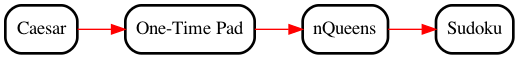
Above: misc/CryptolDemos.gv.png in weaversa/cryptol-course (Graphviz), before the change. Its source is kept beside it as misc/CryptolDemos.gv.
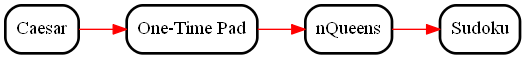
The same diagram one commit later.

The edit, as a diff of the source:
```diff
@@ -1,15 +1,16 @@
 digraph  {
 
+  bgcolor="transparent";
   rankdir="LR";
 
   node [shape="box", style="rounded,filled", fillcolor="white", penwidth = 2];
   edge [penwidth = 1];
 
 
-  Caesar                     [URL="https://github.com/weaversa/cryptol-course/tree/L4y3rC4k3/labs/Demos/Cryptol/Caesar.md"];
-  OneTimePad                 [URL="https://github.com/weaversa/cryptol-course/tree/L4y3rC4k3/labs/Demos/Cryptol/OneTimePad.md"];
-  nQueens                    [URL="https://github.com/weaversa/cryptol-course/tree/L4y3rC4k3/labs/Demos/Cryptol/NQueens.md"];
-  Sudoku                     [URL="https://github.com/weaversa/cryptol-course/tree/L4y3rC4k3/labs/Demos/Cryptol/Sudoku.md"];
+  Caesar                     [URL="../labs/Demos/Cryptol/Caesar.md"];
+  OneTimePad                 [URL="../labs/Demos/Cryptol/OneTimePad.md"];
+  nQueens                    [URL="../labs/Demos/Cryptol/NQueens.md"];
+  Sudoku                     [URL="../labs/Demos/Cryptol/Sudoku.md"];
 
   node [fillcolor="white"];
 
```
